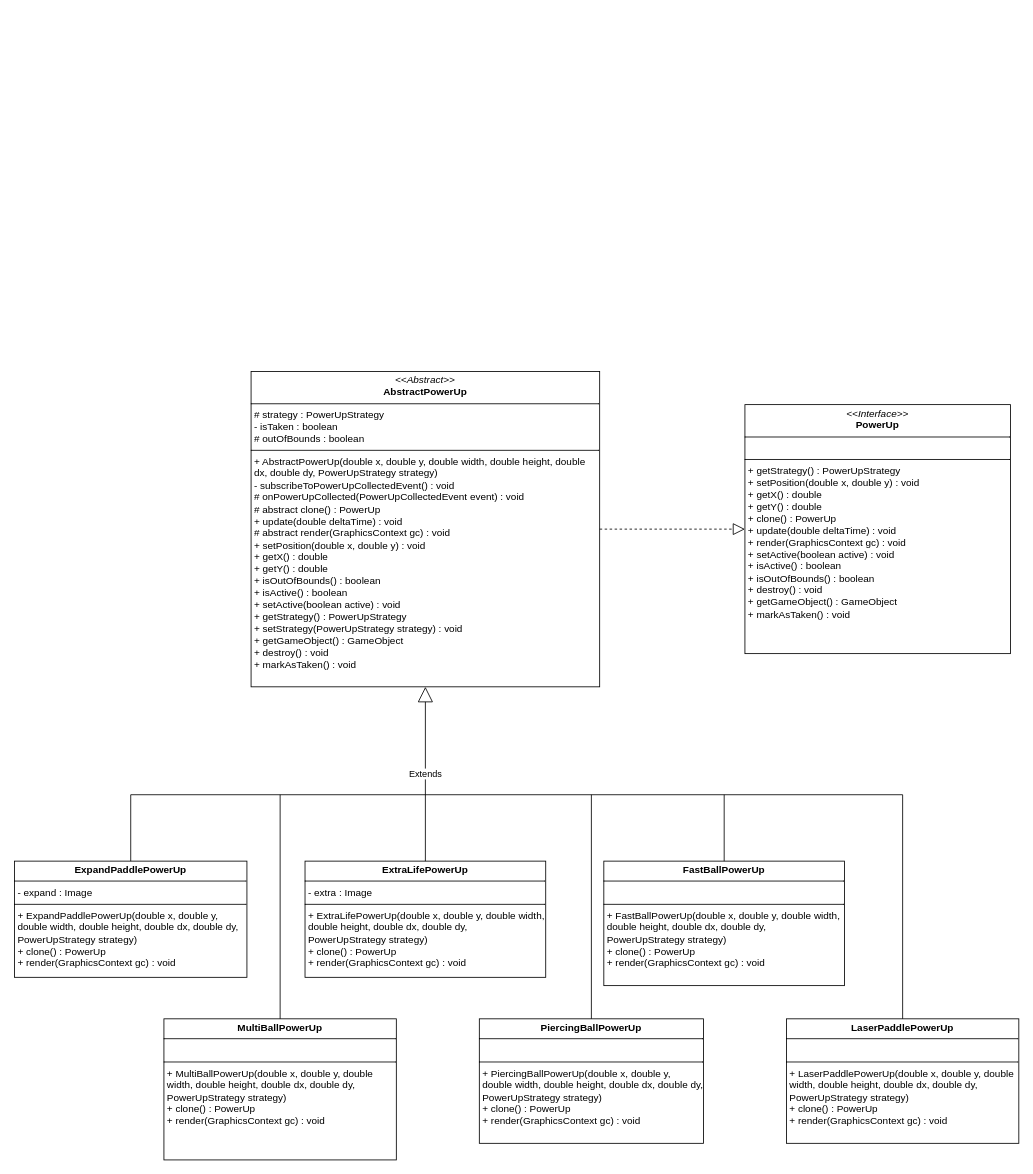
Tuna-ble/Arkanoid keeps this draw.io diagram as uml/gamelogic/entities/powerups/powerups.drawio. Above is the earlier version. Source tidied: cells renumbered, new cells numbered last; positions are measured from the earlier drawing's top-left corner, leaving out a move shared by most shapes. Both pictures are drawn from the tidied source at 83%, with x=0, y=0 at pixel (14, 371).
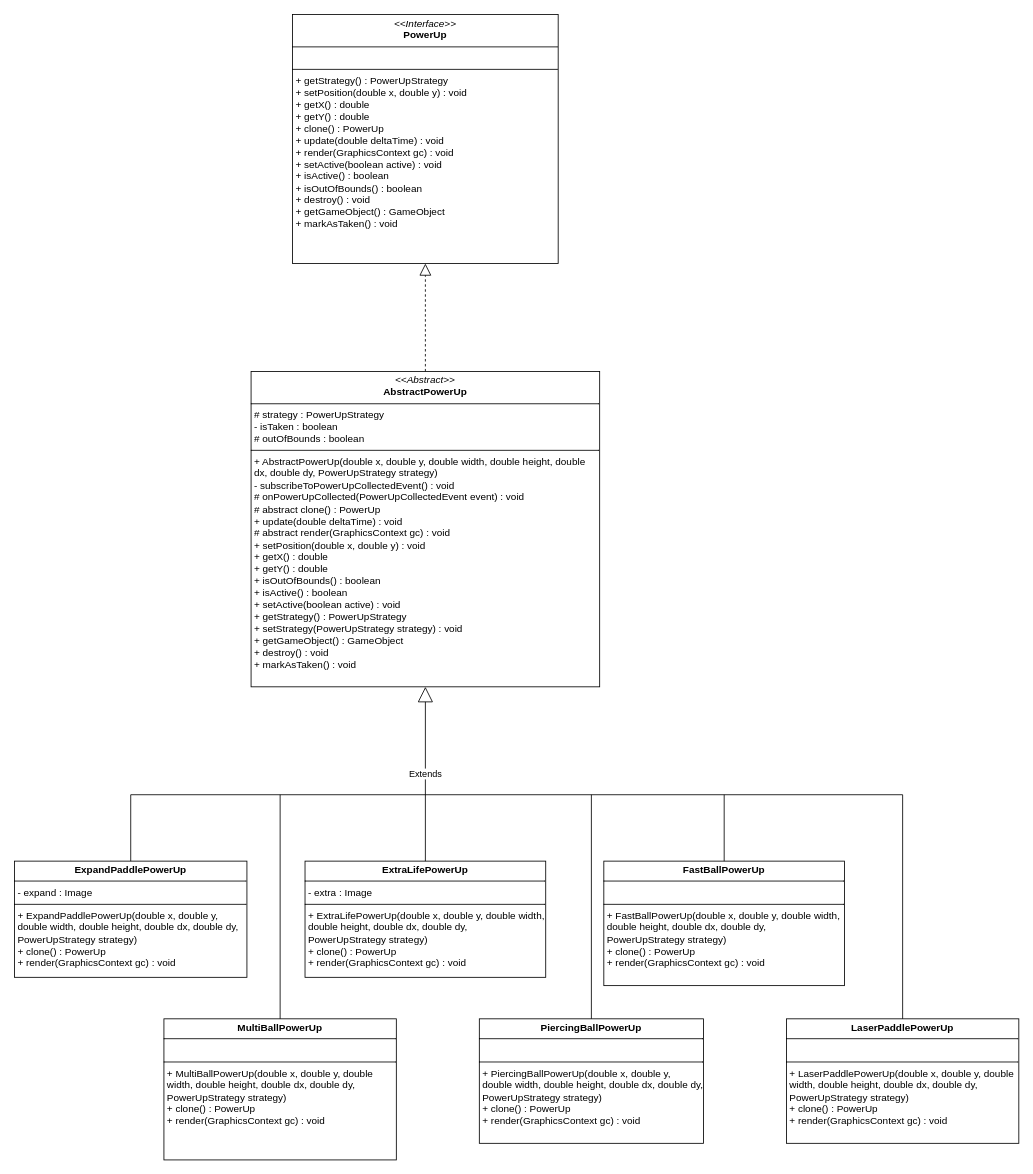
After the change.

Unchanged cells that the change refers to:
```xml
<mxCell id="2" value="&lt;p style=&quot;margin:0px;margin-top:4px;text-align:center;&quot;&gt;&lt;i&gt;&amp;lt;&amp;lt;Abstract&amp;gt;&amp;gt;&lt;/i&gt;&lt;br&gt;&lt;b&gt;AbstractPowerUp&lt;/b&gt;&lt;/p&gt;&lt;hr size=&quot;1&quot; style=&quot;border-style:solid;&quot;&gt;&lt;p style=&quot;margin:0px;margin-left:4px;&quot;&gt;# strategy : PowerUpStrategy&lt;/p&gt;&lt;p style=&quot;margin:0px;margin-left:4px;&quot;&gt;- isTaken : boolean&lt;/p&gt;&lt;p style=&quot;margin:0px;margin-left:4px;&quot;&gt;# outOfBounds : boolean&lt;/p&gt;&lt;hr size=&quot;1&quot; style=&quot;border-style:solid;&quot;&gt;&lt;p style=&quot;margin:0px;margin-left:4px;&quot;&gt;+ AbstractPowerUp(double x, double y, double width, double height, double dx, double dy, PowerUpStrategy strategy)&lt;/p&gt;&lt;p style=&quot;margin:0px;margin-left:4px;&quot;&gt;- subscribeToPowerUpCollectedEvent() : void&lt;/p&gt;&lt;p style=&quot;margin:0px;margin-left:4px;&quot;&gt;# onPowerUpCollected(PowerUpCollectedEvent event) : void&lt;/p&gt;&lt;p style=&quot;margin:0px;margin-left:4px;&quot;&gt;# abstract clone() : PowerUp&lt;/p&gt;&lt;p style=&quot;margin:0px;margin-left:4px;&quot;&gt;+ update(double deltaTime) : void&lt;/p&gt;&lt;p style=&quot;margin:0px;margin-left:4px;&quot;&gt;# abstract render(GraphicsContext gc) : void&lt;/p&gt;&lt;p style=&quot;margin:0px;margin-left:4px;&quot;&gt;+ setPosition(double x, double y) : void&lt;/p&gt;&lt;p style=&quot;margin:0px;margin-left:4px;&quot;&gt;+ getX() : double&lt;/p&gt;&lt;p style=&quot;margin:0px;margin-left:4px;&quot;&gt;+ getY() : double&lt;/p&gt;&lt;p style=&quot;margin:0px;margin-left:4px;&quot;&gt;+ isOutOfBounds() : boolean&lt;/p&gt;&lt;p style=&quot;margin:0px;margin-left:4px;&quot;&gt;+ isActive() : boolean&lt;/p&gt;&lt;p style=&quot;margin:0px;margin-left:4px;&quot;&gt;+ setActive(boolean active) : void&lt;/p&gt;&lt;p style=&quot;margin:0px;margin-left:4px;&quot;&gt;+ getStrategy() : PowerUpStrategy&lt;/p&gt;&lt;p style=&quot;margin:0px;margin-left:4px;&quot;&gt;+ setStrategy(PowerUpStrategy strategy) : void&lt;/p&gt;&lt;p style=&quot;margin:0px;margin-left:4px;&quot;&gt;+ getGameObject() : GameObject&lt;/p&gt;&lt;p style=&quot;margin:0px;margin-left:4px;&quot;&gt;+ destroy() : void&lt;/p&gt;&lt;p style=&quot;margin:0px;margin-left:4px;&quot;&gt;+ markAsTaken() : void&lt;/p&gt;" style="verticalAlign=top;align=left;overflow=fill;html=1;whiteSpace=wrap;" parent="1" vertex="1">
  <mxGeometry x="285" width="420" height="380" as="geometry" />
</mxCell>
```

Diff of the diagram source:
```diff
@@
     <mxCell id="9" value="&lt;p style=&quot;margin:0px;margin-top:4px;text-align:center;&quot;&gt;&lt;i&gt;&amp;lt;&amp;lt;Interface&amp;gt;&amp;gt;&lt;/i&gt;&lt;br&gt;&lt;b&gt;PowerUp&lt;/b&gt;&lt;/p&gt;&lt;hr size=&quot;1&quot; style=&quot;border-style:solid;&quot;&gt;&lt;p style=&quot;margin:0px;margin-left:4px;&quot;&gt;&lt;br&gt;&lt;/p&gt;&lt;hr size=&quot;1&quot; style=&quot;border-style:solid;&quot;&gt;&lt;p style=&quot;margin:0px;margin-left:4px;&quot;&gt;+ getStrategy() : PowerUpStrategy&lt;/p&gt;&lt;p style=&quot;margin:0px;margin-left:4px;&quot;&gt;+ setPosition(double x, double y) : void&lt;/p&gt;&lt;p style=&quot;margin:0px;margin-left:4px;&quot;&gt;+ getX() : double&lt;/p&gt;&lt;p style=&quot;margin:0px;margin-left:4px;&quot;&gt;+ getY() : double&lt;/p&gt;&lt;p style=&quot;margin:0px;margin-left:4px;&quot;&gt;+ clone() : PowerUp&lt;/p&gt;&lt;p style=&quot;margin:0px;margin-left:4px;&quot;&gt;+ update(double deltaTime) : void&lt;/p&gt;&lt;p style=&quot;margin:0px;margin-left:4px;&quot;&gt;+ render(GraphicsContext gc) : void&lt;/p&gt;&lt;p style=&quot;margin:0px;margin-left:4px;&quot;&gt;+ setActive(boolean active) : void&lt;/p&gt;&lt;p style=&quot;margin:0px;margin-left:4px;&quot;&gt;+ isActive() : boolean&lt;/p&gt;&lt;p style=&quot;margin:0px;margin-left:4px;&quot;&gt;+ isOutOfBounds() : boolean&lt;/p&gt;&lt;p style=&quot;margin:0px;margin-left:4px;&quot;&gt;+ destroy() : void&lt;/p&gt;&lt;p style=&quot;margin:0px;margin-left:4px;&quot;&gt;+ getGameObject() : GameObject&lt;/p&gt;&lt;p style=&quot;margin:0px;margin-left:4px;&quot;&gt;+ markAsTaken() : void&lt;/p&gt;" style="verticalAlign=top;align=left;overflow=fill;html=1;whiteSpace=wrap;" parent="1" vertex="1">
-      <mxGeometry x="880" y="40" width="320" height="300" as="geometry" />
+      <mxGeometry x="335" y="-430" width="320" height="300" as="geometry" />
     </mxCell>
-    <mxCell id="10" style="endArrow=block;dashed=1;endFill=0;endSize=12;html=1;rounded=0;exitX=1;exitY=0.5;exitDx=0;exitDy=0;entryX=0;entryY=0.5;entryDx=0;entryDy=0;" parent="1" edge="1" source="2" target="9">
+    <mxCell id="10" style="endArrow=block;dashed=1;endFill=0;endSize=12;html=1;rounded=0;exitX=0.5;exitY=0;exitDx=0;exitDy=0;entryX=0.5;entryY=1;entryDx=0;entryDy=0;" parent="1" edge="1" source="2" target="9">
       <mxGeometry relative="1" as="geometry" />
     </mxCell>
```
